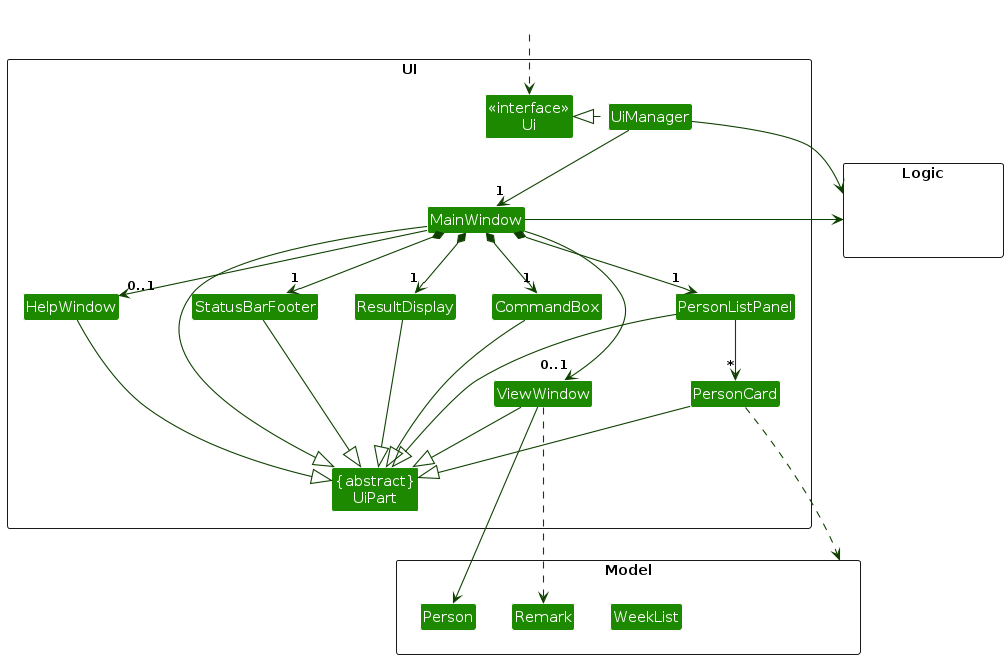
Before: diagrams/UiClassDiagram.png, a diagram exported from PlantUML (AY2526S2-CS2103T-F10-3/tp). Its source is kept beside it as diagrams/UiClassDiagram.puml. The source it was exported from:
```plantuml
@startuml
!include style.puml
skinparam arrowThickness 1.1
skinparam arrowColor UI_COLOR_T4
skinparam classBackgroundColor UI_COLOR

package UI <<Rectangle>>{
Class "<<interface>>\nUi" as Ui
Class "{abstract}\nUiPart" as UiPart
Class UiManager
Class MainWindow
Class HelpWindow
Class ResultDisplay
Class PersonListPanel
Class ViewWindow {
    - person : Person
}
Class PersonCard {
    - person : Person
    - weekAttendance : FlowPane

    + PersonCard(person : Person, displayedIndex : int)

    - renderWeekAttendance(flowPane : FlowPane, weekList : WeekList)
}
Class StatusBarFooter
Class CommandBox
}

package Model <<Rectangle>> {
Class HiddenModel #FFFFFF
Class WeekList
Class Person
Class Remark
}

package Logic <<Rectangle>> {
Class HiddenLogic #FFFFFF
}

Class HiddenOutside #FFFFFF
HiddenOutside ..> Ui

UiManager .left.|> Ui
UiManager -down-> "1" MainWindow
MainWindow *-down->  "1" CommandBox
MainWindow *-down-> "1" ResultDisplay
MainWindow *-down-> "1" PersonListPanel
MainWindow *-down-> "1" StatusBarFooter
MainWindow --> "0..1" HelpWindow
MainWindow --> "0..1" ViewWindow

PersonListPanel -down-> "*" PersonCard

MainWindow -left-|> UiPart

ResultDisplay --|> UiPart
CommandBox --|> UiPart
PersonListPanel --|> UiPart
PersonCard --|> UiPart
StatusBarFooter --|> UiPart
HelpWindow --|> UiPart

ViewWindow --|> UiPart
ViewWindow -down-> Person
ViewWindow ..down-> Remark

PersonCard ..> Model
UiManager -right-> Logic
MainWindow -left-> Logic

PersonListPanel -[hidden]left- HelpWindow
HelpWindow -[hidden]left- CommandBox
CommandBox -[hidden]left- ResultDisplay
ResultDisplay -[hidden]left- StatusBarFooter

MainWindow -[hidden]-|> UiPart
@enduml
```
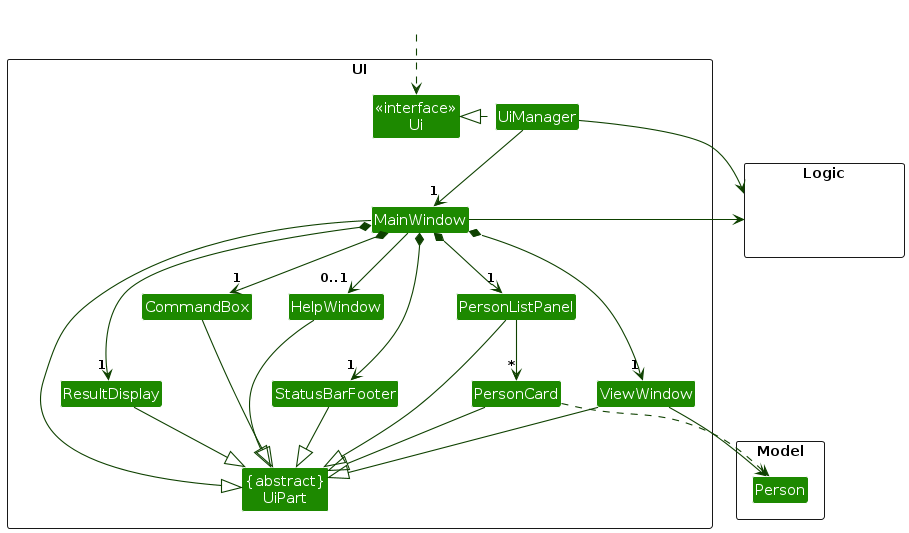
The same file after the commit.

The edit, as a diff of the source:
```diff
@@ -4,38 +4,31 @@
 skinparam arrowColor UI_COLOR_T4
 skinparam classBackgroundColor UI_COLOR
 
-package UI <<Rectangle>>{
-Class "<<interface>>\nUi" as Ui
-Class "{abstract}\nUiPart" as UiPart
-Class UiManager
-Class MainWindow
-Class HelpWindow
-Class ResultDisplay
-Class PersonListPanel
-Class ViewWindow {
-    - person : Person
-}
-Class PersonCard {
-    - person : Person
-    - weekAttendance : FlowPane
-
-    + PersonCard(person : Person, displayedIndex : int)
-
-    - renderWeekAttendance(flowPane : FlowPane, weekList : WeekList)
-}
-Class StatusBarFooter
-Class CommandBox
+package UI <<Rectangle>> {
+    Class "<<interface>>\nUi" as Ui
+    Class "{abstract}\nUiPart" as UiPart
+    Class UiManager
+    Class MainWindow
+    Class HelpWindow
+    Class ResultDisplay
+    Class PersonListPanel
+    Class ViewWindow {
+        + setPerson(person : Person)
+        + clear()
+    }
+    Class PersonCard {
+        - renderWeekAttendance()
+    }
+    Class StatusBarFooter
+    Class CommandBox
 }
 
 package Model <<Rectangle>> {
-Class HiddenModel #FFFFFF
-Class WeekList
-Class Person
-Class Remark
+    Class Person
 }
 
 package Logic <<Rectangle>> {
-Class HiddenLogic #FFFFFF
+    Class HiddenLogic #FFFFFF
 }
 
 Class HiddenOutside #FFFFFF
@@ -43,36 +36,29 @@
 
 UiManager .left.|> Ui
 UiManager -down-> "1" MainWindow
-MainWindow *-down->  "1" CommandBox
+MainWindow *-down-> "1" CommandBox
 MainWindow *-down-> "1" ResultDisplay
 MainWindow *-down-> "1" PersonListPanel
 MainWindow *-down-> "1" StatusBarFooter
 MainWindow --> "0..1" HelpWindow
-MainWindow --> "0..1" ViewWindow
+MainWindow *-down-> "1" ViewWindow
 
 PersonListPanel -down-> "*" PersonCard
 
-MainWindow -left-|> UiPart
-
+MainWindow --|> UiPart
 ResultDisplay --|> UiPart
 CommandBox --|> UiPart
 PersonListPanel --|> UiPart
 PersonCard --|> UiPart
 StatusBarFooter --|> UiPart
 HelpWindow --|> UiPart
+ViewWindow --|> UiPart
 
-ViewWindow --|> UiPart
 ViewWindow -down-> Person
-ViewWindow ..down-> Remark
-
-PersonCard ..> Model
+PersonCard ..> Person
 UiManager -right-> Logic
 MainWindow -left-> Logic
 
 PersonListPanel -[hidden]left- HelpWindow
 HelpWindow -[hidden]left- CommandBox
-CommandBox -[hidden]left- ResultDisplay
-ResultDisplay -[hidden]left- StatusBarFooter
-
-MainWindow -[hidden]-|> UiPart
 @enduml
```
